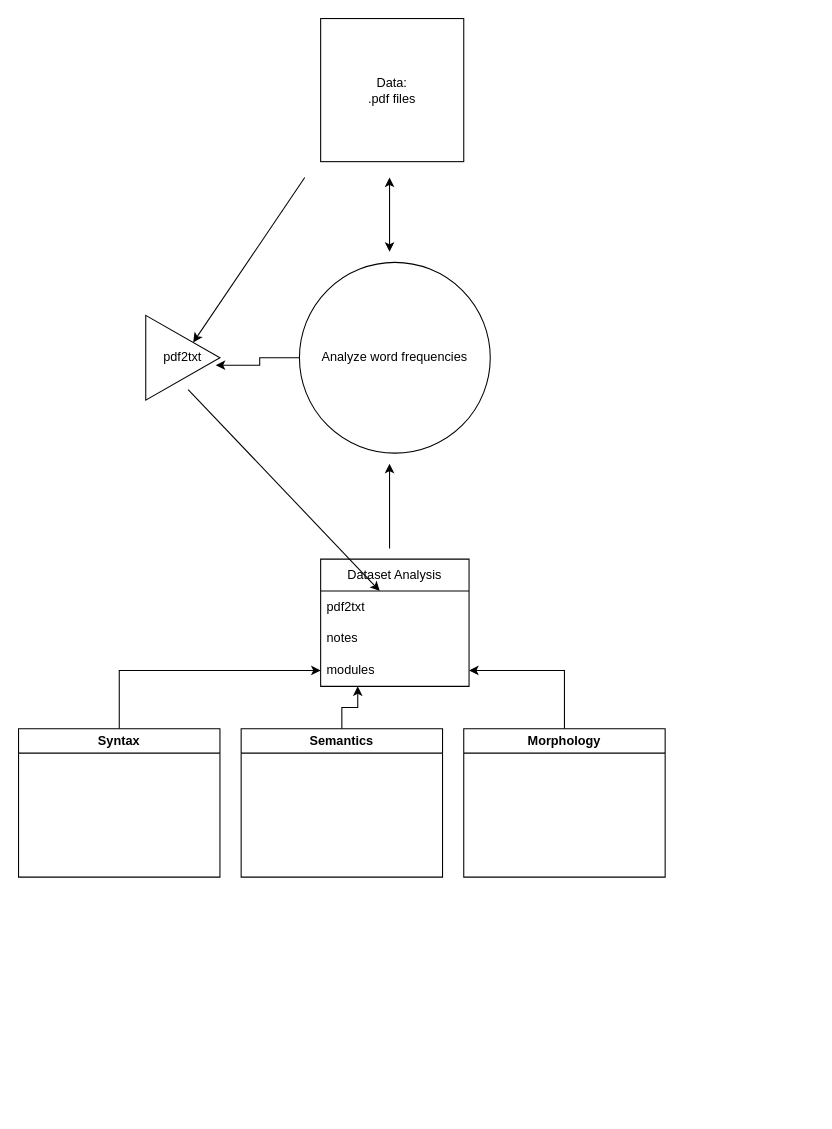
Earlier version of the draw.io diagram plot.drawio (MehmetKay-sudo/Data_Science). Source tidied: cells renumbered, new cells numbered last; positions are measured from the earlier drawing's top-left corner, leaving out a move shared by most shapes. Both pictures are drawn from the tidied source at 106%, with x=0, y=0 at pixel (18, 18).
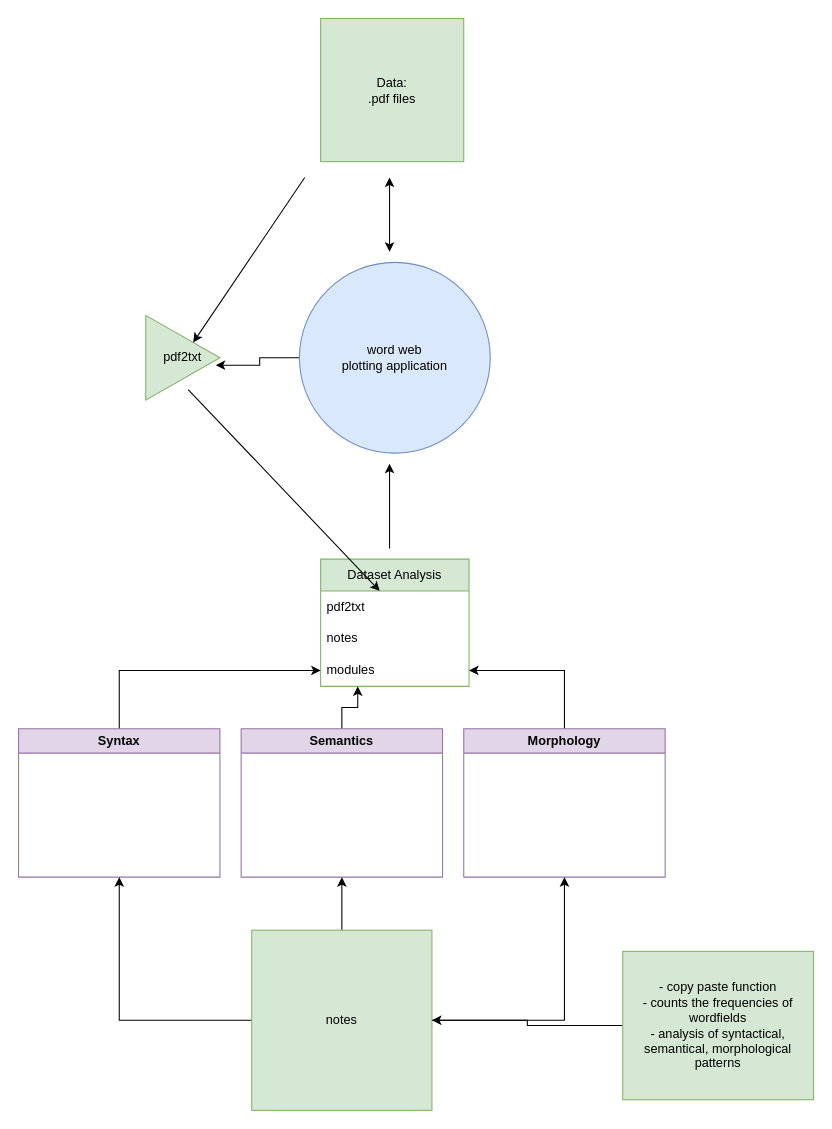
The same diagram, later.

What changed in the source:
```diff
@@
-    <mxCell id="3" value="&lt;div&gt;Analyze word frequencies&lt;/div&gt;" style="ellipse;whiteSpace=wrap;html=1;" parent="1" vertex="1">
+    <mxCell id="3" value="&lt;div&gt;word web&lt;/div&gt;&lt;div&gt;plotting application&lt;/div&gt;" style="ellipse;whiteSpace=wrap;html=1;fillColor=#dae8fc;strokeColor=#6c8ebf;" parent="1" vertex="1">
       <mxGeometry x="265" y="230" width="180" height="180" as="geometry" />
     </mxCell>
@@
-    <mxCell id="5" value="&lt;div&gt;Dataset Analysis&lt;/div&gt;" style="swimlane;fontStyle=0;horizontal=1;startSize=30;whiteSpace=wrap;html=1;" parent="1" vertex="1">
+    <mxCell id="5" value="&lt;div&gt;Dataset Analysis&lt;/div&gt;" style="swimlane;fontStyle=0;horizontal=1;startSize=30;whiteSpace=wrap;html=1;fillColor=#d5e8d4;strokeColor=#82b366;" parent="1" vertex="1">
       <mxGeometry x="285" y="510" width="140" height="120" as="geometry" />
     </mxCell>
@@
-    <mxCell id="10" value="&lt;div&gt;Data:&lt;/div&gt;&lt;div&gt;.pdf files&lt;br&gt;&lt;/div&gt;" style="whiteSpace=wrap;html=1;" parent="1" vertex="1">
+    <mxCell id="10" value="&lt;div&gt;Data:&lt;/div&gt;&lt;div&gt;.pdf files&lt;br&gt;&lt;/div&gt;" style="whiteSpace=wrap;html=1;fillColor=#d5e8d4;strokeColor=#82b366;" parent="1" vertex="1">
       <mxGeometry x="285" width="135" height="135" as="geometry" />
     </mxCell>
-    <mxCell id="11" value="pdf2txt" style="triangle;whiteSpace=wrap;html=1;" parent="1" vertex="1">
+    <mxCell id="11" value="pdf2txt" style="triangle;whiteSpace=wrap;html=1;fillColor=#d5e8d4;strokeColor=#82b366;" parent="1" vertex="1">
       <mxGeometry x="120" y="280" width="70" height="80" as="geometry" />
     </mxCell>
@@
-    <mxCell id="15" value="Syntax" style="swimlane;whiteSpace=wrap;html=1;" parent="1" vertex="1">
+    <mxCell id="15" value="Syntax" style="swimlane;whiteSpace=wrap;html=1;fillColor=#e1d5e7;strokeColor=#9673a6;" parent="1" vertex="1">
       <mxGeometry y="670" width="190" height="140" as="geometry" />
     </mxCell>
@@
-    <mxCell id="17" value="Semantics" style="swimlane;whiteSpace=wrap;html=1;" parent="1" vertex="1">
+    <mxCell id="17" value="Semantics" style="swimlane;whiteSpace=wrap;html=1;fillColor=#e1d5e7;strokeColor=#9673a6;" parent="1" vertex="1">
       <mxGeometry x="210" y="670" width="190" height="140" as="geometry" />
     </mxCell>
@@
-    <mxCell id="19" value="Morphology" style="swimlane;whiteSpace=wrap;html=1;" parent="1" vertex="1">
+    <mxCell id="19" value="Morphology" style="swimlane;whiteSpace=wrap;html=1;fillColor=#e1d5e7;strokeColor=#9673a6;" parent="1" vertex="1">
       <mxGeometry x="420" y="670" width="190" height="140" as="geometry" />
     </mxCell>
+    <mxCell id="20" style="edgeStyle=orthogonalEdgeStyle;rounded=0;jettySize=auto;html=1;entryX=0.5;entryY=1;entryDx=0;entryDy=0;" parent="1" edge="1" source="23" target="17">
+      <mxGeometry relative="1" as="geometry" />
+    </mxCell>
+    <mxCell id="21" style="edgeStyle=orthogonalEdgeStyle;rounded=0;jettySize=auto;html=1;entryX=0.5;entryY=1;entryDx=0;entryDy=0;" parent="1" edge="1" source="23" target="19">
+      <mxGeometry relative="1" as="geometry" />
+    </mxCell>
+    <mxCell id="22" style="edgeStyle=orthogonalEdgeStyle;rounded=0;jettySize=auto;html=1;exitX=0;exitY=0.5;exitDx=0;exitDy=0;entryX=0.5;entryY=1;entryDx=0;entryDy=0;" parent="1" edge="1" source="23" target="15">
+      <mxGeometry relative="1" as="geometry" />
+    </mxCell>
+    <mxCell id="23" value="notes" style="whiteSpace=wrap;html=1;fillColor=#d5e8d4;strokeColor=#82b366;" parent="1" vertex="1">
+      <mxGeometry x="220" y="860" width="170" height="170" as="geometry" />
+    </mxCell>
+    <mxCell id="24" style="edgeStyle=orthogonalEdgeStyle;rounded=0;jettySize=auto;html=1;" parent="1" edge="1" source="25" target="23">
+      <mxGeometry relative="1" as="geometry" />
+    </mxCell>
+    <mxCell id="25" value="&lt;div&gt;- copy paste function&lt;/div&gt;&lt;div&gt;- counts the frequencies of wordfields&lt;/div&gt;&lt;div&gt;- analysis of syntactical, semantical, morphological patterns&lt;br&gt;&lt;/div&gt;" style="rounded=0;whiteSpace=wrap;html=1;fillColor=#d5e8d4;strokeColor=#82b366;" parent="1" vertex="1">
+      <mxGeometry x="570" y="880" width="180" height="140" as="geometry" />
+    </mxCell>
```
